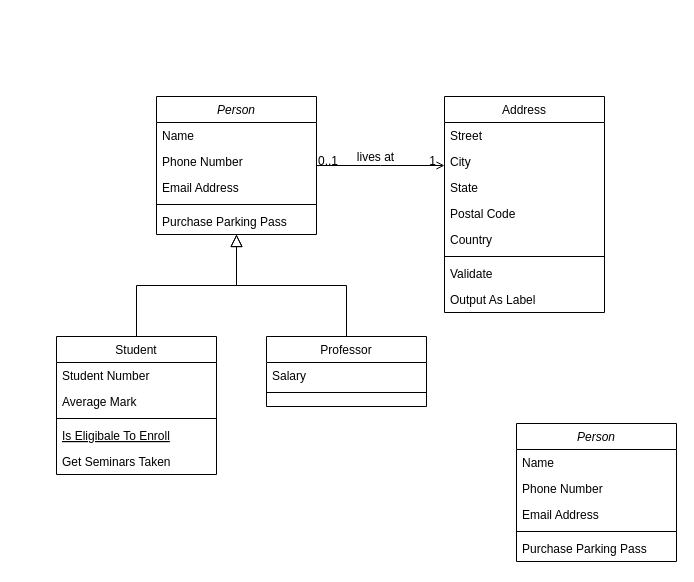
This is UML.drawio from Austin-Earl-Private/ChildrenLearningApp, a draw.io file, before an edit. Source tidied: cells renumbered, new cells numbered last; positions are measured from the earlier drawing's top-left corner, leaving out a move shared by most shapes. Both pictures are drawn from the tidied source at 100%, with x=0, y=0 at pixel (56, 96).
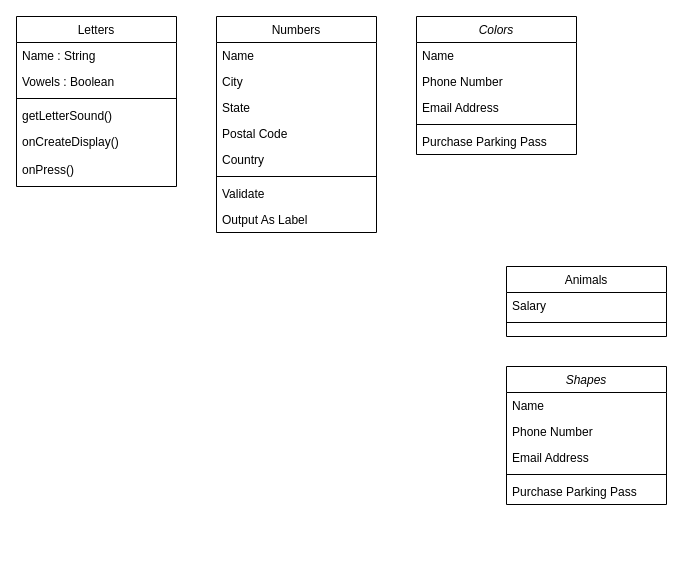
Above is the later version.

Commit message:
Little changes to the UML

Change to the diagram source:
```diff
@@
-    <mxCell id="2" value="Person" style="swimlane;fontStyle=2;align=center;verticalAlign=top;horizontal=1;startSize=26;rounded=0;shadow=0;strokeWidth=1;" parent="1" vertex="1">
-      <mxGeometry x="100" width="160" height="138" as="geometry" />
+    <mxCell id="2" value="Shapes" style="swimlane;fontStyle=2;align=center;verticalAlign=top;horizontal=1;startSize=26;rounded=0;shadow=0;strokeWidth=1;" parent="1" vertex="1">
+      <mxGeometry x="450" y="270" width="160" height="138" as="geometry" />
     </mxCell>
@@
-    <mxCell id="8" value="Student" style="swimlane;fontStyle=0;align=center;verticalAlign=top;horizontal=1;startSize=26;rounded=0;shadow=0;strokeWidth=1;" parent="1" vertex="1">
-      <mxGeometry y="240" width="160" height="138" as="geometry" />
+    <mxCell id="8" value="Letters" style="swimlane;fontStyle=0;align=center;verticalAlign=top;horizontal=1;startSize=26;rounded=0;shadow=0;strokeWidth=1;" parent="1" vertex="1">
+      <mxGeometry x="-40" y="-80" width="160" height="170" as="geometry" />
     </mxCell>
-    <mxCell id="9" value="Student Number" style="text;align=left;verticalAlign=top;spacingLeft=4;spacingRight=4;overflow=hidden;" parent="8" vertex="1">
+    <mxCell id="9" value="Name : String" style="text;align=left;verticalAlign=top;spacingLeft=4;spacingRight=4;overflow=hidden;" parent="8" vertex="1">
       <mxGeometry y="26" width="160" height="26" as="geometry" />
     </mxCell>
-    <mxCell id="10" value="Average Mark" style="text;align=left;verticalAlign=top;spacingLeft=4;spacingRight=4;overflow=hidden;rounded=0;shadow=0;html=0;" parent="8" vertex="1">
+    <mxCell id="10" value="Vowels : Boolean" style="text;align=left;verticalAlign=top;spacingLeft=4;spacingRight=4;overflow=hidden;rounded=0;shadow=0;html=0;" parent="8" vertex="1">
       <mxGeometry y="52" width="160" height="26" as="geometry" />
     </mxCell>
@@
-    <mxCell id="12" value="Is Eligibale To Enroll" style="text;align=left;verticalAlign=top;spacingLeft=4;spacingRight=4;overflow=hidden;fontStyle=4;" parent="8" vertex="1">
+    <mxCell id="12" value="getLetterSound()" style="text;align=left;verticalAlign=top;spacingLeft=4;spacingRight=4;overflow=hidden;fontStyle=0;" parent="8" vertex="1">
       <mxGeometry y="86" width="160" height="26" as="geometry" />
     </mxCell>
-    <mxCell id="13" value="Get Seminars Taken" style="text;align=left;verticalAlign=top;spacingLeft=4;spacingRight=4;overflow=hidden;" parent="8" vertex="1">
-      <mxGeometry y="112" width="160" height="26" as="geometry" />
+    <mxCell id="13" value="onCreateDisplay()" style="text;align=left;verticalAlign=top;spacingLeft=4;spacingRight=4;overflow=hidden;" parent="8" vertex="1">
+      <mxGeometry y="112" width="160" height="28" as="geometry" />
     </mxCell>
-    <mxCell id="14" style="endArrow=block;endSize=10;endFill=0;shadow=0;strokeWidth=1;rounded=0;edgeStyle=elbowEdgeStyle;elbow=vertical;" parent="1" edge="1" source="8" target="2">
-      <mxGeometry relative="1" as="geometry" />
-    </mxCell>
+    <mxCell id="38" value="onPress()" style="text;strokeColor=none;fillColor=none;align=left;verticalAlign=top;spacingLeft=4;spacingRight=4;overflow=hidden;" parent="8" vertex="1">
+      <mxGeometry y="140" width="160" height="26" as="geometry" />
+    </mxCell>
-    <mxCell id="15" value="Professor" style="swimlane;fontStyle=0;align=center;verticalAlign=top;horizontal=1;startSize=26;rounded=0;shadow=0;strokeWidth=1;" parent="1" vertex="1">
-      <mxGeometry x="210" y="240" width="160" height="70" as="geometry" />
+    <mxCell id="15" value="Animals" style="swimlane;fontStyle=0;align=center;verticalAlign=top;horizontal=1;startSize=26;rounded=0;shadow=0;strokeWidth=1;" parent="1" vertex="1">
+      <mxGeometry x="450" y="170" width="160" height="70" as="geometry" />
     </mxCell>
@@
-    <mxCell id="18" style="endArrow=block;endSize=10;endFill=0;shadow=0;strokeWidth=1;rounded=0;edgeStyle=elbowEdgeStyle;elbow=vertical;" parent="1" edge="1" source="15" target="2">
-      <mxGeometry relative="1" as="geometry" />
-    </mxCell>
-    <mxCell id="19" value="Address" style="swimlane;fontStyle=0;align=center;verticalAlign=top;horizontal=1;startSize=26;rounded=0;shadow=0;strokeWidth=1;" parent="1" vertex="1">
-      <mxGeometry x="388" width="160" height="216" as="geometry" />
+    <mxCell id="19" value="Numbers" style="swimlane;fontStyle=0;align=center;verticalAlign=top;horizontal=1;startSize=26;rounded=0;shadow=0;strokeWidth=1;" parent="1" vertex="1">
+      <mxGeometry x="160" y="-80" width="160" height="216" as="geometry" />
     </mxCell>
-    <mxCell id="20" value="Street" style="text;align=left;verticalAlign=top;spacingLeft=4;spacingRight=4;overflow=hidden;" parent="19" vertex="1">
+    <mxCell id="20" value="Name" style="text;align=left;verticalAlign=top;spacingLeft=4;spacingRight=4;overflow=hidden;" parent="19" vertex="1">
       <mxGeometry y="26" width="160" height="26" as="geometry" />
     </mxCell>
@@
-    <mxCell id="28" style="endArrow=open;shadow=0;strokeWidth=1;rounded=0;endFill=1;edgeStyle=elbowEdgeStyle;elbow=vertical;" parent="1" edge="1" source="2" target="19">
-      <mxGeometry x="0.5" y="41" relative="1" as="geometry">
-        <mxPoint x="-40" y="32" as="offset" />
-      </mxGeometry>
-    </mxCell>
-    <mxCell id="29" value="0..1" style="align=left;verticalAlign=bottom;labelBackgroundColor=none;fontSize=12;" parent="28" vertex="1">
-      <mxGeometry x="-1" relative="1" as="geometry">
-        <mxPoint y="4" as="offset" />
-      </mxGeometry>
-    </mxCell>
-    <mxCell id="30" value="1" style="align=right;verticalAlign=bottom;labelBackgroundColor=none;fontSize=12;" parent="28" vertex="1">
-      <mxGeometry x="1" relative="1" as="geometry">
-        <mxPoint x="-7" y="4" as="offset" />
-      </mxGeometry>
-    </mxCell>
-    <mxCell id="31" value="lives at" style="text;html=1;align=center;verticalAlign=middle;labelBackgroundColor=none;rounded=0;shadow=0;strokeWidth=1;fontSize=12;" parent="28" vertex="1">
-      <mxGeometry x="0.5" y="49" relative="1" as="geometry">
-        <mxPoint x="-38" y="40" as="offset" />
-      </mxGeometry>
-    </mxCell>
-    <mxCell id="32" value="Person" style="swimlane;fontStyle=2;align=center;verticalAlign=top;horizontal=1;startSize=26;rounded=0;shadow=0;strokeWidth=1;" parent="1" vertex="1">
-      <mxGeometry x="460" y="327" width="160" height="138" as="geometry" />
+    <mxCell id="32" value="Colors" style="swimlane;fontStyle=2;align=center;verticalAlign=top;horizontal=1;startSize=26;rounded=0;shadow=0;strokeWidth=1;" parent="1" vertex="1">
+      <mxGeometry x="360" y="-80" width="160" height="138" as="geometry" />
     </mxCell>
```
